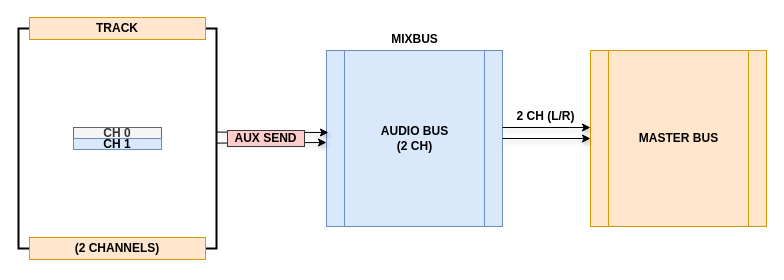
chrisanthropic/LinuxMusicProduction keeps this draw.io diagram as diagrams/signal-flow-aux-send-stereo.drawio. Above is the earlier version. Source tidied: cells renumbered, new cells numbered last; positions are measured from the earlier drawing's top-left corner, leaving out a move shared by most shapes. Both pictures are drawn from the tidied source at 100%, with x=0, y=0 at pixel (18, 17).
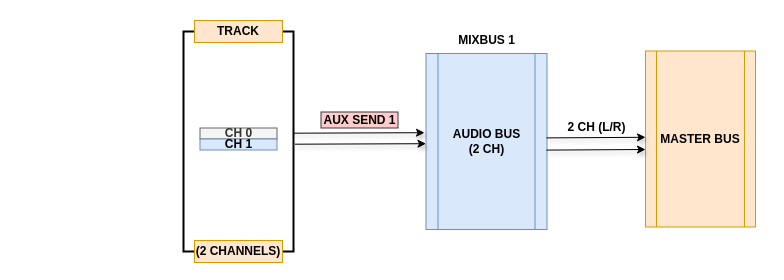
The same diagram, later.

Commit message (it also covers changes not shown here):
adds signal flow for aux send with subgroup and effects send

What changed in the source:
```diff
@@
     <mxCell id="2" value="&lt;b&gt;AUDIO BUS&lt;br&gt;(2 CH)&lt;/b&gt;" style="shape=process;whiteSpace=wrap;html=1;backgroundOutline=1;fillColor=#dae8fc;strokeColor=#6c8ebf;" parent="1" vertex="1">
-      <mxGeometry x="308" y="33" width="176" height="176" as="geometry" />
+      <mxGeometry x="407.5" y="36" width="121" height="176" as="geometry" />
     </mxCell>
     <mxCell id="3" value="&lt;b&gt;MASTER BUS&lt;/b&gt;" style="shape=process;whiteSpace=wrap;html=1;backgroundOutline=1;fillColor=#ffe6cc;strokeColor=#d79b00;" parent="1" vertex="1">
-      <mxGeometry x="572" y="33" width="176" height="176" as="geometry" />
+      <mxGeometry x="627" y="33.5" width="110" height="176" as="geometry" />
     </mxCell>
     <mxCell id="4" value="&lt;b&gt;CH 0&lt;/b&gt;" style="rounded=0;whiteSpace=wrap;html=1;fillColor=#f5f5f5;strokeColor=#666666;fontColor=#333333;" parent="1" vertex="1">
-      <mxGeometry x="55" y="110" width="88" height="11" as="geometry" />
+      <mxGeometry x="181.5" y="110.5" width="77" height="11" as="geometry" />
     </mxCell>
     <mxCell id="5" value="&lt;b&gt;CH 1&lt;br&gt;&lt;/b&gt;" style="rounded=0;whiteSpace=wrap;html=1;fillColor=#dae8fc;strokeColor=#6c8ebf;" parent="1" vertex="1">
-      <mxGeometry x="55" y="121" width="88" height="11" as="geometry" />
+      <mxGeometry x="181.5" y="121.5" width="77" height="11" as="geometry" />
     </mxCell>
     <mxCell id="6" style="strokeWidth=2;html=1;shape=mxgraph.flowchart.annotation_1;align=left;labelBackgroundColor=none;fontColor=#000000;" parent="1" vertex="1">
-      <mxGeometry y="11" width="22" height="220" as="geometry" />
+      <mxGeometry x="165" y="14" width="22" height="220" as="geometry" />
     </mxCell>
     <mxCell id="7" style="strokeWidth=2;html=1;shape=mxgraph.flowchart.annotation_1;align=left;labelBackgroundColor=none;fontColor=#000000;rotation=-180;" parent="1" vertex="1">
-      <mxGeometry x="176" y="11" width="22" height="220" as="geometry" />
+      <mxGeometry x="253" y="14" width="22" height="220" as="geometry" />
     </mxCell>
     <mxCell id="8" value="&lt;b&gt;TRACK&lt;/b&gt;" style="rounded=0;whiteSpace=wrap;html=1;labelBackgroundColor=none;fillColor=#ffe6cc;strokeColor=#d79b00;" parent="1" vertex="1">
-      <mxGeometry x="11" width="176" height="22" as="geometry" />
+      <mxGeometry x="176" y="3" width="88" height="22" as="geometry" />
     </mxCell>
     <mxCell id="9" value="&lt;b&gt;(2 CHANNELS)&lt;/b&gt;" style="rounded=0;whiteSpace=wrap;html=1;labelBackgroundColor=none;fillColor=#ffe6cc;strokeColor=#d79b00;" parent="1" vertex="1">
-      <mxGeometry x="11" y="220" width="176" height="22" as="geometry" />
+      <mxGeometry x="176" y="223" width="88" height="22" as="geometry" />
     </mxCell>
-    <mxCell id="10" style="endArrow=classic;html=1;shadow=1;strokeColor=#000000;fontColor=#000000;" parent="1" edge="1">
-      <mxGeometry relative="1" as="geometry">
-        <mxPoint x="198" y="125.6" as="sourcePoint" />
-        <mxPoint x="308" y="125" as="targetPoint" />
-      </mxGeometry>
-    </mxCell>
-    <mxCell id="11" style="endArrow=classic;html=1;shadow=1;fontColor=#000000;fillColor=none;entryX=0.011;entryY=0.466;entryDx=0;entryDy=0;entryPerimeter=0;" parent="1" edge="1" target="2">
-      <mxGeometry relative="1" as="geometry">
-        <mxPoint x="198" y="114.6" as="sourcePoint" />
-      </mxGeometry>
-    </mxCell>
-    <mxCell id="12" value="&lt;b&gt;AUX SEND&lt;/b&gt;" style="rounded=0;whiteSpace=wrap;html=1;labelBackgroundColor=none;strokeColor=#36393d;fillColor=#ffcccc;" parent="1" vertex="1">
-      <mxGeometry x="209" y="113" width="77" height="16" as="geometry" />
+    <mxCell id="12" value="&lt;b&gt;AUX SEND 1&lt;/b&gt;" style="rounded=0;whiteSpace=wrap;html=1;labelBackgroundColor=none;strokeColor=#36393d;fillColor=#ffcccc;" parent="1" vertex="1">
+      <mxGeometry x="302.5" y="94.5" width="77" height="16" as="geometry" />
     </mxCell>
-    <mxCell id="13" value="&lt;b&gt;MIXBUS&lt;/b&gt;" style="text;html=1;align=center;verticalAlign=middle;fontColor=#000000;" parent="1" vertex="1">
-      <mxGeometry x="363" y="11" width="66" height="22" as="geometry" />
+    <mxCell id="13" value="&lt;b&gt;MIXBUS&lt;/b&gt; &lt;b&gt;1&lt;/b&gt;" style="text;html=1;align=center;verticalAlign=middle;fontColor=#000000;" parent="1" vertex="1">
+      <mxGeometry x="429.5" y="11.5" width="77" height="22" as="geometry" />
     </mxCell>
-    <mxCell id="14" style="endArrow=classic;html=1;shadow=1;strokeColor=#000000;fontColor=#000000;" parent="1" edge="1">
-      <mxGeometry relative="1" as="geometry">
-        <mxPoint x="484" y="121" as="sourcePoint" />
-        <mxPoint x="572" y="121" as="targetPoint" />
-      </mxGeometry>
-    </mxCell>
-    <mxCell id="15" style="endArrow=classic;html=1;shadow=1;fontColor=#000000;fillColor=none;" parent="1" edge="1">
-      <mxGeometry relative="1" as="geometry">
-        <mxPoint x="484" y="110" as="sourcePoint" />
-        <mxPoint x="572" y="110" as="targetPoint" />
-      </mxGeometry>
-    </mxCell>
+    <mxCell id="17" style="endArrow=classic;html=1;shadow=1;strokeColor=#000000;fontColor=#000000;" parent="1" edge="1">
+      <mxGeometry relative="1" as="geometry">
+        <mxPoint x="528" y="132.6" as="sourcePoint" />
+        <mxPoint x="627" y="132" as="targetPoint" />
+      </mxGeometry>
+    </mxCell>
+    <mxCell id="18" style="endArrow=classic;html=1;shadow=1;fontColor=#000000;fillColor=none;" parent="1" edge="1">
+      <mxGeometry relative="1" as="geometry">
+        <mxPoint x="528" y="120.4" as="sourcePoint" />
+        <mxPoint x="627" y="119.8" as="targetPoint" />
+      </mxGeometry>
+    </mxCell>
     <mxCell id="16" value="&lt;b&gt;2 CH (L/R)&lt;/b&gt;" style="text;html=1;align=center;verticalAlign=middle;fontColor=#000000;" parent="1" vertex="1">
-      <mxGeometry x="488" y="88" width="77" height="22" as="geometry" />
+      <mxGeometry x="539" y="99" width="77" height="22" as="geometry" />
     </mxCell>
+    <mxCell id="19" style="endArrow=classic;html=1;shadow=1;fontColor=#000000;fillColor=none;entryX=-0.008;entryY=0.545;entryDx=0;entryDy=0;entryPerimeter=0;" parent="1" edge="1">
+      <mxGeometry relative="1" as="geometry">
+        <mxPoint x="276.5" y="126.7" as="sourcePoint" />
+        <mxPoint x="407.5" y="126.2" as="targetPoint" />
+      </mxGeometry>
+    </mxCell>
+    <mxCell id="20" style="endArrow=classic;html=1;shadow=1;fontColor=#000000;fillColor=none;entryX=-0.008;entryY=0.545;entryDx=0;entryDy=0;entryPerimeter=0;" parent="1" edge="1">
+      <mxGeometry relative="1" as="geometry">
+        <mxPoint x="275" y="115.7" as="sourcePoint" />
+        <mxPoint x="406" y="115.2" as="targetPoint" />
+      </mxGeometry>
+    </mxCell>
```
